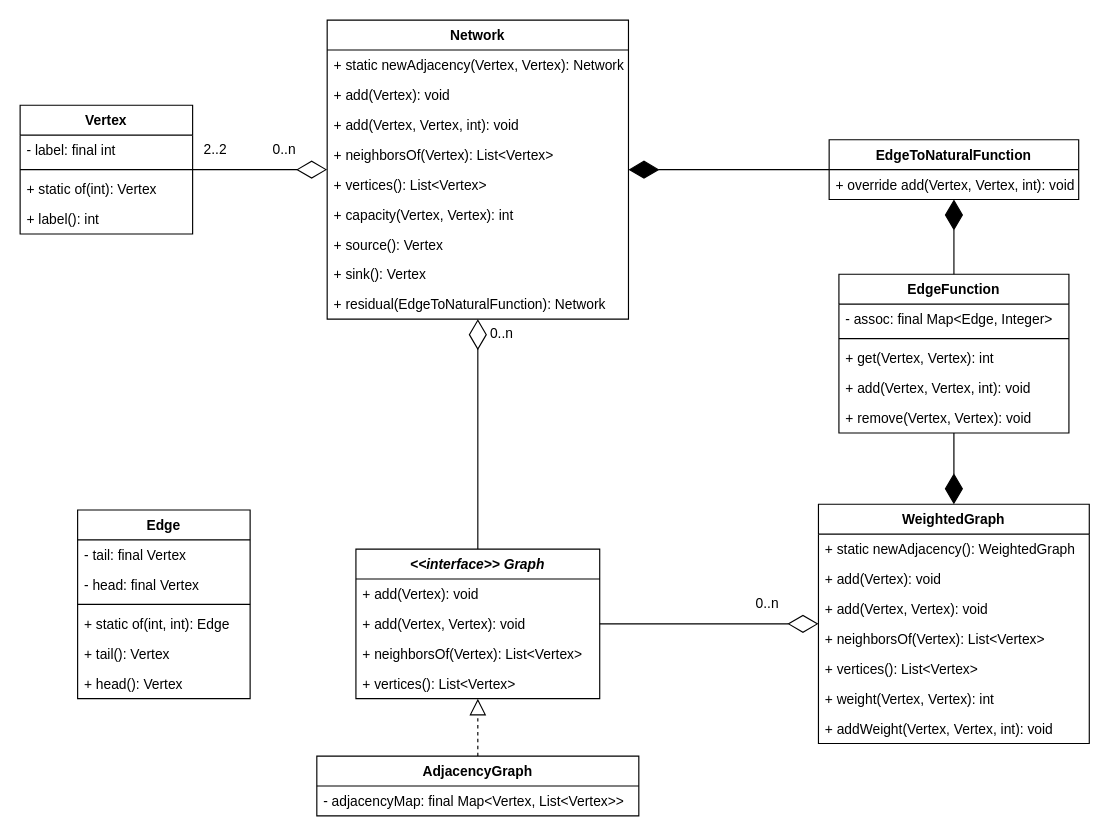
Before: docs/graph.drawio in mgmu/jraf, a draw.io diagram. Source tidied: cells renumbered, new cells numbered last; positions are measured from the earlier drawing's top-left corner, leaving out a move shared by most shapes. Both pictures are drawn from the tidied source at 115%, with x=0, y=0 at pixel (20, 20).
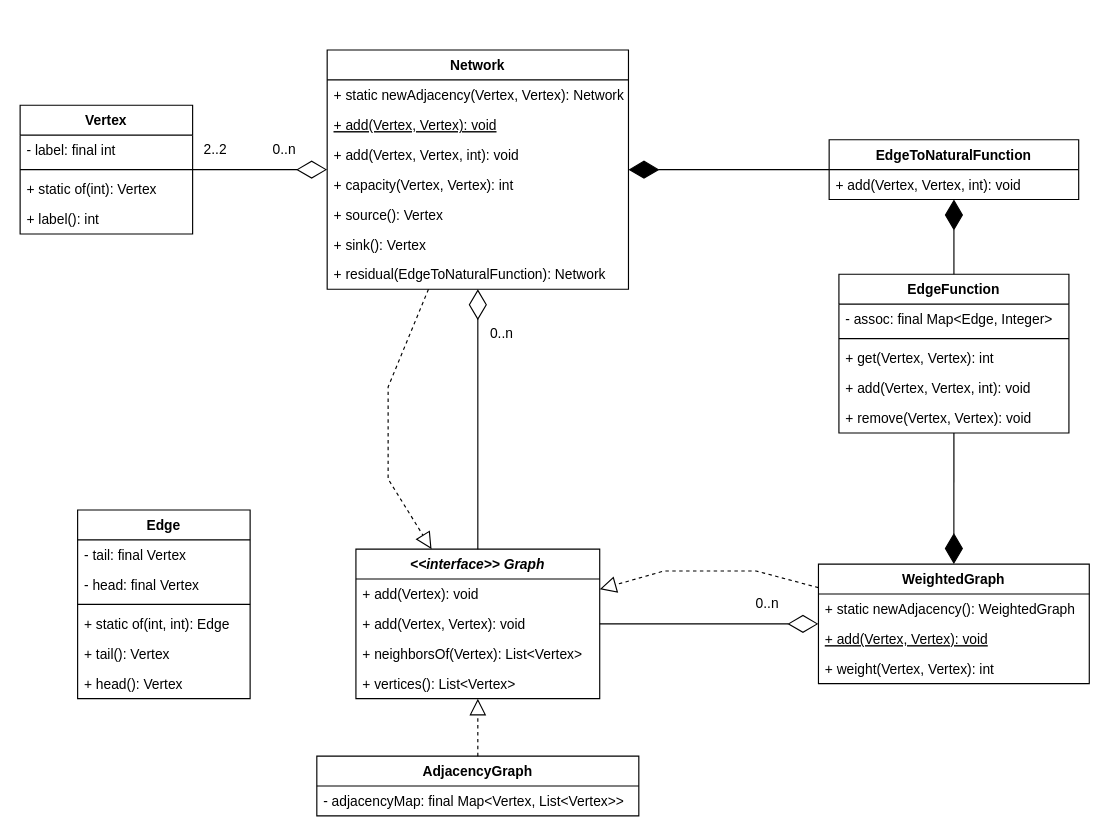
The same diagram, later.

Unchanged cells that the change refers to:
```xml
<mxCell id="2" value="&lt;&lt;interface&gt;&gt; Graph" style="swimlane;fontStyle=3;align=center;verticalAlign=top;horizontal=1;startSize=26;" parent="1" vertex="1">
  <mxGeometry x="292" y="460" width="212" height="130" as="geometry" />
</mxCell>
<mxCell id="51" value="EdgeToNaturalFunction" style="swimlane;fontStyle=1;align=center;verticalAlign=top;horizontal=1;startSize=26;" parent="1" vertex="1">
  <mxGeometry x="703.5" y="104" width="217" height="52" as="geometry" />
</mxCell>
```

What changed in the source:
```diff
@@
     <mxCell id="21" value="WeightedGraph" style="swimlane;fontStyle=1;align=center;verticalAlign=top;horizontal=1;startSize=26;" parent="1" vertex="1">
-      <mxGeometry x="694.2" y="421" width="235.5" height="208" as="geometry" />
+      <mxGeometry x="694.2" y="473" width="235.5" height="104" as="geometry" />
     </mxCell>
@@
-    <mxCell id="23" value="+ add(Vertex): void" style="text;strokeColor=none;fillColor=none;align=left;verticalAlign=top;spacingLeft=4;spacingRight=4;overflow=hidden;" parent="21" vertex="1">
-      <mxGeometry y="52" width="235.5" height="26" as="geometry" />
-    </mxCell>
-    <mxCell id="24" value="+ add(Vertex, Vertex): void" style="text;strokeColor=none;fillColor=none;align=left;verticalAlign=top;spacingLeft=4;spacingRight=4;overflow=hidden;" parent="21" vertex="1">
-      <mxGeometry y="78" width="235.5" height="26" as="geometry" />
+    <mxCell id="24" value="+ add(Vertex, Vertex): void" style="text;strokeColor=none;fillColor=none;align=left;verticalAlign=top;spacingLeft=4;spacingRight=4;overflow=hidden;fontStyle=4;" parent="21" vertex="1">
+      <mxGeometry y="52" width="235.5" height="26" as="geometry" />
     </mxCell>
-    <mxCell id="25" value="+ neighborsOf(Vertex): List&lt;Vertex&gt;" style="text;strokeColor=none;fillColor=none;align=left;verticalAlign=top;spacingLeft=4;spacingRight=4;overflow=hidden;" parent="21" vertex="1">
-      <mxGeometry y="104" width="235.5" height="26" as="geometry" />
-    </mxCell>
-    <mxCell id="26" value="+ vertices(): List&lt;Vertex&gt;" style="text;strokeColor=none;fillColor=none;align=left;verticalAlign=top;spacingLeft=4;spacingRight=4;overflow=hidden;" parent="21" vertex="1">
-      <mxGeometry y="130" width="235.5" height="26" as="geometry" />
-    </mxCell>
     <mxCell id="27" value="+ weight(Vertex, Vertex): int" style="text;strokeColor=none;fillColor=none;align=left;verticalAlign=top;spacingLeft=4;spacingRight=4;overflow=hidden;" parent="21" vertex="1">
-      <mxGeometry y="156" width="235.5" height="26" as="geometry" />
+      <mxGeometry y="78" width="235.5" height="26" as="geometry" />
     </mxCell>
-    <mxCell id="28" value="+ addWeight(Vertex, Vertex, int): void" style="text;strokeColor=none;fillColor=none;align=left;verticalAlign=top;spacingLeft=4;spacingRight=4;overflow=hidden;" parent="21" vertex="1">
-      <mxGeometry y="182" width="235.5" height="26" as="geometry" />
-    </mxCell>
@@
     <mxCell id="39" value="Network" style="swimlane;fontStyle=1;align=center;verticalAlign=top;horizontal=1;startSize=26;" parent="1" vertex="1">
-      <mxGeometry x="267" width="262" height="260" as="geometry" />
+      <mxGeometry x="267" y="26" width="262" height="208" as="geometry" />
     </mxCell>
@@
-    <mxCell id="41" value="+ add(Vertex): void" style="text;strokeColor=none;fillColor=none;align=left;verticalAlign=top;spacingLeft=4;spacingRight=4;overflow=hidden;" parent="39" vertex="1">
-      <mxGeometry y="52" width="262" height="26" as="geometry" />
-    </mxCell>
+    <mxCell id="58" value="+ add(Vertex, Vertex): void" style="text;strokeColor=none;fillColor=none;align=left;verticalAlign=top;spacingLeft=4;spacingRight=4;overflow=hidden;fontStyle=4;" parent="39" vertex="1">
+      <mxGeometry y="52" width="262" height="26" as="geometry" />
+    </mxCell>
@@
-    <mxCell id="43" value="+ neighborsOf(Vertex): List&lt;Vertex&gt;" style="text;strokeColor=none;fillColor=none;align=left;verticalAlign=top;spacingLeft=4;spacingRight=4;overflow=hidden;" parent="39" vertex="1">
-      <mxGeometry y="104" width="262" height="26" as="geometry" />
-    </mxCell>
-    <mxCell id="44" value="+ vertices(): List&lt;Vertex&gt;" style="text;strokeColor=none;fillColor=none;align=left;verticalAlign=top;spacingLeft=4;spacingRight=4;overflow=hidden;" parent="39" vertex="1">
-      <mxGeometry y="130" width="262" height="26" as="geometry" />
-    </mxCell>
     <mxCell id="45" value="+ capacity(Vertex, Vertex): int" style="text;strokeColor=none;fillColor=none;align=left;verticalAlign=top;spacingLeft=4;spacingRight=4;overflow=hidden;" parent="39" vertex="1">
-      <mxGeometry y="156" width="262" height="26" as="geometry" />
+      <mxGeometry y="104" width="262" height="26" as="geometry" />
     </mxCell>
     <mxCell id="46" value="+ source(): Vertex" style="text;strokeColor=none;fillColor=none;align=left;verticalAlign=top;spacingLeft=4;spacingRight=4;overflow=hidden;" parent="39" vertex="1">
-      <mxGeometry y="182" width="262" height="26" as="geometry" />
+      <mxGeometry y="130" width="262" height="26" as="geometry" />
     </mxCell>
     <mxCell id="47" value="+ sink(): Vertex" style="text;strokeColor=none;fillColor=none;align=left;verticalAlign=top;spacingLeft=4;spacingRight=4;overflow=hidden;" parent="39" vertex="1">
-      <mxGeometry y="208" width="262" height="26" as="geometry" />
+      <mxGeometry y="156" width="262" height="26" as="geometry" />
     </mxCell>
     <mxCell id="48" value="+ residual(EdgeToNaturalFunction): Network" style="text;strokeColor=none;fillColor=none;align=left;verticalAlign=top;spacingLeft=4;spacingRight=4;overflow=hidden;" parent="39" vertex="1">
-      <mxGeometry y="234" width="262" height="26" as="geometry" />
+      <mxGeometry y="182" width="262" height="26" as="geometry" />
     </mxCell>
@@
-    <mxCell id="52" value="+ override add(Vertex, Vertex, int): void" style="text;strokeColor=none;fillColor=none;align=left;verticalAlign=top;spacingLeft=4;spacingRight=4;overflow=hidden;" parent="51" vertex="1">
+    <mxCell id="52" value="+ add(Vertex, Vertex, int): void" style="text;strokeColor=none;fillColor=none;align=left;verticalAlign=top;spacingLeft=4;spacingRight=4;overflow=hidden;" parent="51" vertex="1">
       <mxGeometry y="26" width="217" height="26" as="geometry" />
     </mxCell>
@@
+    <mxCell id="59" style="endArrow=block;dashed=1;endFill=0;endSize=12;html=1;rounded=0;" parent="1" edge="1" source="39" target="2">
+      <mxGeometry relative="1" as="geometry">
+        <Array as="points">
+          <mxPoint x="320" y="319" />
+          <mxPoint x="320" y="399" />
+        </Array>
+      </mxGeometry>
+    </mxCell>
+    <mxCell id="60" style="endArrow=block;dashed=1;endFill=0;endSize=12;html=1;rounded=0;" parent="1" edge="1" source="21" target="2">
+      <mxGeometry relative="1" as="geometry">
+        <Array as="points">
+          <mxPoint x="640" y="479" />
+          <mxPoint x="560" y="479" />
+        </Array>
+      </mxGeometry>
+    </mxCell>
```
